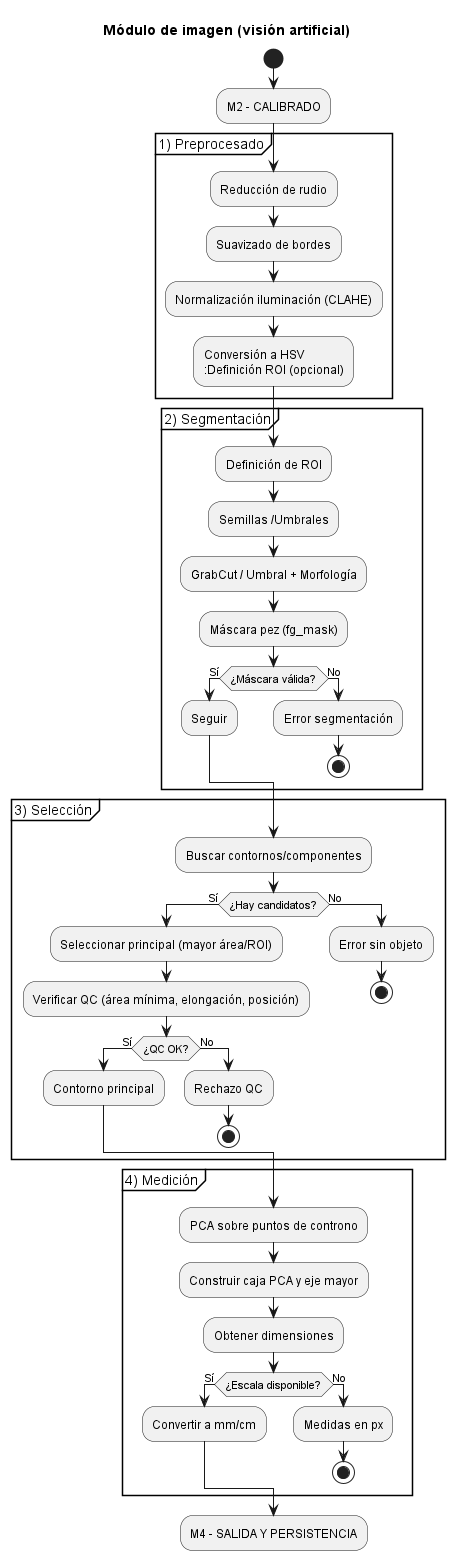
Before: content/assets/Modulo-3.png, a diagram exported from PlantUML (jalosu/FLATCLASS). Source of this version:
```plantuml
@startuml
title Módulo de imagen (visión artificial)

start

:M2 - CALIBRADO;


partition "1) Preprocesado" {
  :Reducción de rudio;
  :Suavizado de bordes;
  :Normalización iluminación (CLAHE);
  :Conversión a HSV
  :Definición ROI (opcional);
  }

  partition "2) Segmentación" {
  :Definición de ROI;
  :Semillas /Umbrales;
  :GrabCut / Umbral + Morfología;
  :Máscara pez (fg_mask);
  if (¿Máscara válida?) then (Sí)
    :Seguir;
  else (No)
    :Error segmentación;
    stop
  endif
  }

  partition "3) Selección" {
  :Buscar contornos/componentes;
  if (¿Hay candidatos?) then (Sí)
    :Seleccionar principal (mayor área/ROI);
    :Verificar QC (área mínima, elongación, posición);
    if (¿QC OK?) then (Sí)
      :Contorno principal;
    else (No)
      :Rechazo QC;
      stop
    endif
  else (No)
    :Error sin objeto;
    stop
  endif
}

partition "4) Medición" {
  :PCA sobre puntos de controno;
  :Construir caja PCA y eje mayor;
  :Obtener dimensiones;
  if (¿Escala disponible?) then (Sí)
    :Convertir a mm/cm;
  else (No)
    :Medidas en px;
    stop
  endif
}

:M4 - SALIDA Y PERSISTENCIA;
@enduml
```
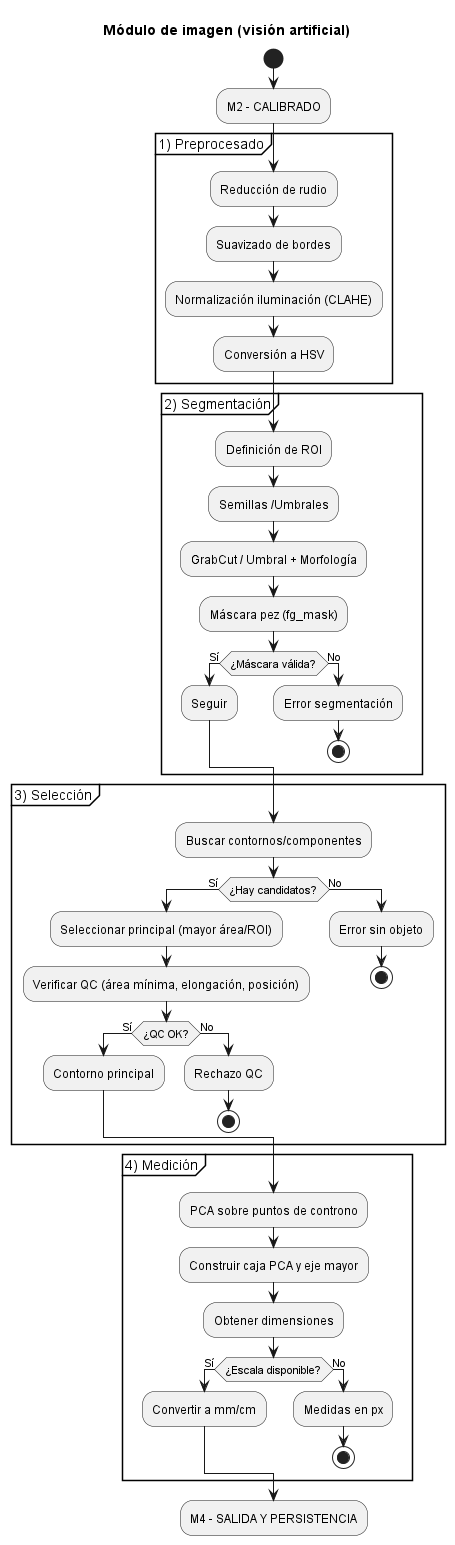
After the change.

Change to the diagram source:
```diff
@@ -1,5 +1,6 @@
 @startuml
 title Módulo de imagen (visión artificial)
+
 
 start
 
@@ -10,8 +11,7 @@
   :Reducción de rudio;
   :Suavizado de bordes;
   :Normalización iluminación (CLAHE);
-  :Conversión a HSV
-  :Definición ROI (opcional);
+  :Conversión a HSV;
   }
 
   partition "2) Segmentación" {
```
